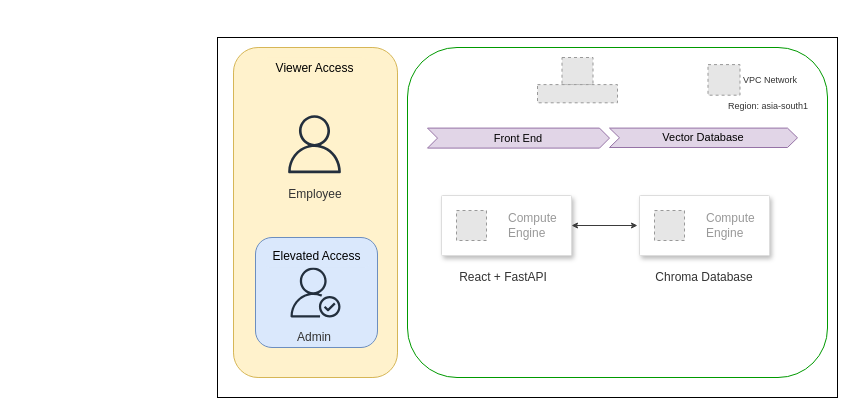
Above: Untitled Diagram.drawio in adityasolanki205/Architecture_diagrams (draw.io), before the change. Source tidied: cells renumbered, new cells numbered last; positions are measured from the earlier drawing's top-left corner, leaving out a move shared by most shapes. Both pictures are drawn from the tidied source at 100%, with x=0, y=0 at pixel (217, 37). Pictures stored in the file or linked from it are replaced by grey dashed boxes.
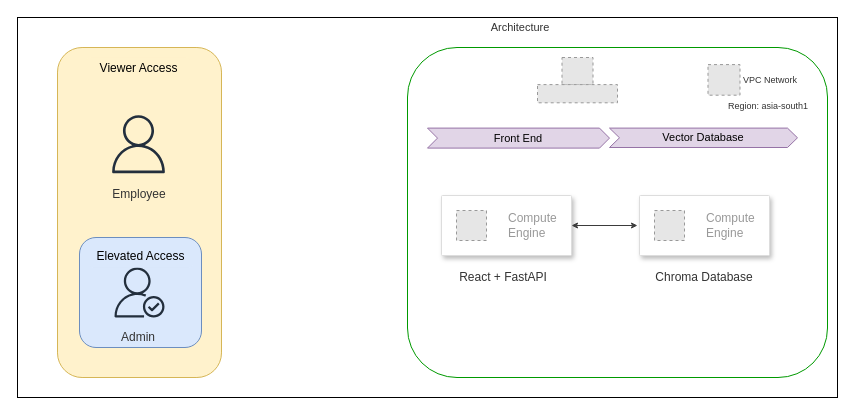
After the change.

The edit, as a diff of the source:
```diff
@@
     <mxCell id="2" style="rounded=0;whiteSpace=wrap;html=1;" parent="1" vertex="1">
-      <mxGeometry width="620" height="360" as="geometry" />
+      <mxGeometry x="-200" y="-20" width="820" height="380" as="geometry" />
     </mxCell>
@@
     <mxCell id="9" style="rounded=1;whiteSpace=wrap;html=1;fillColor=#fff2cc;strokeColor=#d6b656;" parent="1" vertex="1">
-      <mxGeometry x="16" y="10" width="164" height="330" as="geometry" />
+      <mxGeometry x="-160" y="10" width="164" height="330" as="geometry" />
     </mxCell>
     <mxCell id="10" style="sketch=0;fontColor=#232F3E;gradientColor=none;fillColor=#232F3D;strokeColor=none;dashed=0;verticalLabelPosition=bottom;verticalAlign=top;align=center;html=1;fontSize=12;fontStyle=0;shape=mxgraph.aws4.user;" parent="1" vertex="1">
-      <mxGeometry x="68" y="77.7" width="58" height="58" as="geometry" />
+      <mxGeometry x="-108" y="77.7" width="58" height="58" as="geometry" />
     </mxCell>
     <mxCell id="11" style="rounded=1;whiteSpace=wrap;html=1;fillColor=#dae8fc;strokeColor=#6c8ebf;" parent="1" vertex="1">
-      <mxGeometry x="38" y="200" width="122" height="110" as="geometry" />
+      <mxGeometry x="-138" y="200" width="122" height="110" as="geometry" />
     </mxCell>
     <mxCell id="12" style="sketch=0;fontColor=#232F3E;gradientColor=none;fillColor=#232F3D;strokeColor=none;dashed=0;verticalLabelPosition=bottom;verticalAlign=top;align=center;html=1;fontSize=12;fontStyle=0;shape=mxgraph.aws4.authenticated_user;" parent="1" vertex="1">
-      <mxGeometry x="73" y="230" width="50" height="50" as="geometry" />
+      <mxGeometry x="-103" y="230" width="50" height="50" as="geometry" />
     </mxCell>
@@
     <mxCell id="18" value="&lt;font style=&quot;color: rgb(51, 51, 51);&quot;&gt;Admin&lt;/font&gt;" style="text;html=1;align=center;verticalAlign=middle;whiteSpace=wrap;rounded=0;" parent="1" vertex="1">
-      <mxGeometry x="44" y="290" width="106" height="20" as="geometry" />
+      <mxGeometry x="-132" y="290" width="106" height="20" as="geometry" />
     </mxCell>
     <mxCell id="19" value="&lt;font style=&quot;color: rgb(51, 51, 51);&quot;&gt;Employee&lt;/font&gt;" style="text;html=1;align=center;verticalAlign=middle;whiteSpace=wrap;rounded=0;" parent="1" vertex="1">
-      <mxGeometry x="45" y="147.1" width="106" height="20" as="geometry" />
+      <mxGeometry x="-131" y="147.1" width="106" height="20" as="geometry" />
     </mxCell>
@@
     <mxCell id="25" value="Viewer Access" style="rounded=1;whiteSpace=wrap;html=1;fillColor=#fff2cc;strokeColor=none;" parent="1" vertex="1">
-      <mxGeometry x="45.5" y="20" width="103" height="22.6" as="geometry" />
+      <mxGeometry x="-130.5" y="20" width="103" height="22.6" as="geometry" />
     </mxCell>
     <mxCell id="26" value="Elevated Access" style="rounded=1;whiteSpace=wrap;html=1;fillColor=#dae8fc;strokeColor=none;" parent="1" vertex="1">
-      <mxGeometry x="48" y="207.4" width="103" height="22.6" as="geometry" />
+      <mxGeometry x="-128" y="207.4" width="103" height="22.6" as="geometry" />
     </mxCell>
+    <mxCell id="27" value="&lt;font style=&quot;color: rgb(51, 51, 51); font-size: 11px;&quot;&gt;Architecture&lt;/font&gt;" style="text;html=1;align=center;verticalAlign=middle;whiteSpace=wrap;rounded=0;" parent="1" vertex="1">
+      <mxGeometry x="260.5" y="-20" width="84" height="20" as="geometry" />
+    </mxCell>
```
